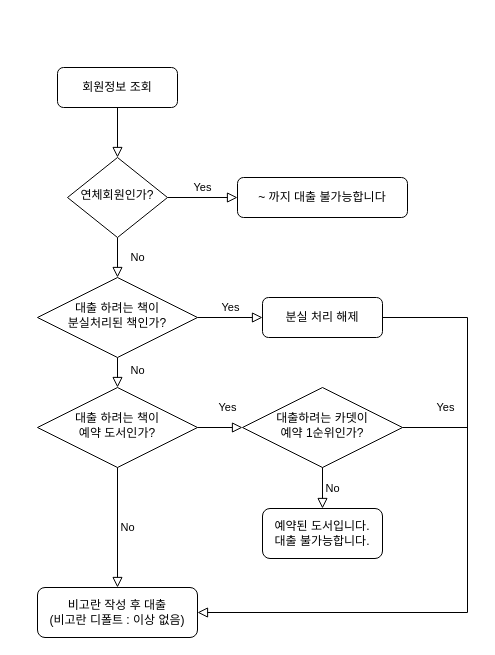
Earlier version of the draw.io diagram borrow_flowchart.drawio (Jiwon-Woo/JavaSeminar). Source tidied: cells renumbered, new cells numbered last; positions are measured from the earlier drawing's top-left corner, leaving out a move shared by most shapes. Both pictures are drawn from the tidied source at 100%, with x=0, y=0 at pixel (37, 67).
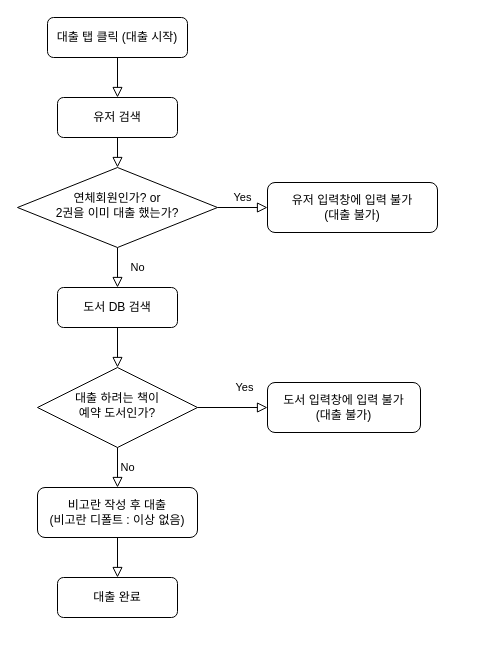
The same page after the edit.

The edit, as a diff of the source:
```diff
@@
-    <mxCell id="2" style="rounded=0;html=1;jettySize=auto;fontSize=11;endArrow=block;endFill=0;endSize=8;strokeWidth=1;shadow=0;labelBackgroundColor=none;edgeStyle=orthogonalEdgeStyle;" parent="1" edge="1" source="3" target="6">
+    <mxCell id="2" style="rounded=0;html=1;jettySize=auto;fontSize=11;endArrow=block;endFill=0;endSize=8;strokeWidth=1;shadow=0;labelBackgroundColor=none;edgeStyle=orthogonalEdgeStyle;entryX=0.5;entryY=0;entryDx=0;entryDy=0;" parent="1" edge="1" source="3" target="21">
       <mxGeometry relative="1" as="geometry" />
     </mxCell>
-    <mxCell id="3" value="회원정보 조회" style="rounded=1;whiteSpace=wrap;html=1;fontSize=12;glass=0;strokeWidth=1;shadow=0;" parent="1" vertex="1">
-      <mxGeometry x="20" width="120" height="40" as="geometry" />
+    <mxCell id="3" value="대출 탭 클릭 (대출 시작)" style="rounded=1;whiteSpace=wrap;html=1;fontSize=12;glass=0;strokeWidth=1;shadow=0;" parent="1" vertex="1">
+      <mxGeometry x="10" y="-50" width="140" height="40" as="geometry" />
     </mxCell>
-    <mxCell id="4" value="No" style="rounded=0;html=1;jettySize=auto;fontSize=11;endArrow=block;endFill=0;endSize=8;strokeWidth=1;shadow=0;labelBackgroundColor=none;edgeStyle=orthogonalEdgeStyle;" parent="1" edge="1" source="6" target="10">
+    <mxCell id="4" value="No" style="rounded=0;html=1;jettySize=auto;fontSize=11;endArrow=block;endFill=0;endSize=8;strokeWidth=1;shadow=0;labelBackgroundColor=none;edgeStyle=orthogonalEdgeStyle;entryX=0.5;entryY=0;entryDx=0;entryDy=0;" parent="1" edge="1" source="6" target="25">
       <mxGeometry y="20" relative="1" as="geometry" />
     </mxCell>
@@
-    <mxCell id="6" value="연체회원인가?" style="rhombus;whiteSpace=wrap;html=1;shadow=0;fontFamily=Helvetica;fontSize=12;align=center;strokeWidth=1;spacing=6;spacingTop=-4;" parent="1" vertex="1">
-      <mxGeometry x="30" y="90" width="100" height="80" as="geometry" />
+    <mxCell id="6" value="연체회원인가? or&lt;br&gt;2권을 이미 대출 했는가?" style="rhombus;whiteSpace=wrap;html=1;shadow=0;fontFamily=Helvetica;fontSize=12;align=center;strokeWidth=1;spacing=6;spacingTop=-4;" parent="1" vertex="1">
+      <mxGeometry x="-20" y="100" width="200" height="80" as="geometry" />
     </mxCell>
-    <mxCell id="7" value="~ 까지 대출 불가능합니다" style="rounded=1;whiteSpace=wrap;html=1;fontSize=12;glass=0;strokeWidth=1;shadow=0;" parent="1" vertex="1">
-      <mxGeometry x="200" y="110" width="170" height="40" as="geometry" />
+    <mxCell id="7" value="유저 입력창에 입력 불가&lt;br&gt;(대출 불가)" style="rounded=1;whiteSpace=wrap;html=1;fontSize=12;glass=0;strokeWidth=1;shadow=0;" parent="1" vertex="1">
+      <mxGeometry x="230" y="115" width="170" height="50" as="geometry" />
     </mxCell>
-    <mxCell id="8" value="No" style="rounded=0;html=1;jettySize=auto;fontSize=11;endArrow=block;endFill=0;endSize=8;strokeWidth=1;shadow=0;labelBackgroundColor=none;edgeStyle=orthogonalEdgeStyle;entryX=0.5;entryY=0;entryDx=0;entryDy=0;entryPerimeter=0;" parent="1" edge="1" source="10" target="13">
+    <mxCell id="8" style="rounded=0;html=1;jettySize=auto;fontSize=11;endArrow=block;endFill=0;endSize=8;strokeWidth=1;shadow=0;labelBackgroundColor=none;edgeStyle=orthogonalEdgeStyle;entryX=0.5;entryY=0;entryDx=0;entryDy=0;entryPerimeter=0;exitX=0.5;exitY=1;exitDx=0;exitDy=0;" parent="1" edge="1" source="25" target="13">
       <mxGeometry x="0.33" y="20" relative="1" as="geometry" />
     </mxCell>
-    <mxCell id="9" value="Yes" style="edgeStyle=orthogonalEdgeStyle;rounded=0;html=1;jettySize=auto;fontSize=11;endArrow=block;endFill=0;endSize=8;strokeWidth=1;shadow=0;labelBackgroundColor=none;entryX=0;entryY=0.5;entryDx=0;entryDy=0;" parent="1" edge="1" source="10" target="12">
-      <mxGeometry y="10" relative="1" as="geometry" />
-    </mxCell>
-    <mxCell id="10" value="대출 하려는 책이&lt;br&gt;분실처리된 책인가?" style="rhombus;whiteSpace=wrap;html=1;shadow=0;fontFamily=Helvetica;fontSize=12;align=center;strokeWidth=1;spacing=6;spacingTop=-4;" parent="1" vertex="1">
-      <mxGeometry y="210" width="160" height="80" as="geometry" />
-    </mxCell>
-    <mxCell id="11" value="예약된 도서입니다.&lt;br&gt;대출 불가능합니다." style="rounded=1;whiteSpace=wrap;html=1;fontSize=12;glass=0;strokeWidth=1;shadow=0;" parent="1" vertex="1">
-      <mxGeometry x="225" y="441" width="120" height="50" as="geometry" />
+    <mxCell id="11" value="도서 입력창에 입력 불가&lt;br&gt;(대출 불가)" style="rounded=1;whiteSpace=wrap;html=1;fontSize=12;glass=0;strokeWidth=1;shadow=0;" parent="1" vertex="1">
+      <mxGeometry x="230" y="315" width="153" height="50" as="geometry" />
     </mxCell>
-    <mxCell id="12" value="분실 처리 해제" style="rounded=1;whiteSpace=wrap;html=1;fontSize=12;glass=0;strokeWidth=1;shadow=0;" parent="1" vertex="1">
-      <mxGeometry x="225" y="230" width="120" height="40" as="geometry" />
-    </mxCell>
     <mxCell id="13" value="대출 하려는 책이&lt;br&gt;예약 도서인가?" style="rhombus;whiteSpace=wrap;html=1;shadow=0;fontFamily=Helvetica;fontSize=12;align=center;strokeWidth=1;spacing=6;spacingTop=-4;" parent="1" vertex="1">
-      <mxGeometry y="320" width="160" height="80" as="geometry" />
+      <mxGeometry y="300" width="160" height="80" as="geometry" />
     </mxCell>
-    <mxCell id="14" value="Yes" style="rounded=0;html=1;jettySize=auto;fontSize=11;endArrow=block;endFill=0;endSize=8;strokeWidth=1;shadow=0;labelBackgroundColor=none;edgeStyle=orthogonalEdgeStyle;entryX=0;entryY=0.5;entryDx=0;entryDy=0;exitX=1;exitY=0.5;exitDx=0;exitDy=0;" parent="1" edge="1" source="13" target="18">
+    <mxCell id="14" value="Yes" style="rounded=0;html=1;jettySize=auto;fontSize=11;endArrow=block;endFill=0;endSize=8;strokeWidth=1;shadow=0;labelBackgroundColor=none;edgeStyle=orthogonalEdgeStyle;entryX=0;entryY=0.5;entryDx=0;entryDy=0;exitX=1;exitY=0.5;exitDx=0;exitDy=0;" parent="1" edge="1" source="13" target="11">
       <mxGeometry x="0.33" y="20" relative="1" as="geometry" />
     </mxCell>
@@
     <mxCell id="16" value="비고란 작성 후 대출&lt;br&gt;(비고란 디폴트 : 이상 없음)" style="rounded=1;whiteSpace=wrap;html=1;fontSize=12;glass=0;strokeWidth=1;shadow=0;" parent="1" vertex="1">
-      <mxGeometry y="520" width="160" height="50" as="geometry" />
+      <mxGeometry y="420" width="160" height="50" as="geometry" />
     </mxCell>
-    <mxCell id="17" style="rounded=0;html=1;jettySize=auto;fontSize=11;endArrow=block;endFill=0;endSize=8;strokeWidth=1;shadow=0;labelBackgroundColor=none;edgeStyle=orthogonalEdgeStyle;exitX=1;exitY=0.5;exitDx=0;exitDy=0;entryX=1;entryY=0.5;entryDx=0;entryDy=0;" parent="1" edge="1" source="12" target="16">
-      <mxGeometry y="20" relative="1" as="geometry">
-        <Array as="points">
-          <mxPoint x="430" y="250" />
-          <mxPoint x="430" y="545" />
-        </Array>
-      </mxGeometry>
-    </mxCell>
-    <mxCell id="18" value="대출하려는 카뎃이&lt;br&gt;예약 1순위인가?" style="rhombus;whiteSpace=wrap;html=1;shadow=0;fontFamily=Helvetica;fontSize=12;align=center;strokeWidth=1;spacing=6;spacingTop=-4;" parent="1" vertex="1">
-      <mxGeometry x="205" y="320" width="160" height="80" as="geometry" />
-    </mxCell>
-    <mxCell id="19" value="No" style="edgeStyle=orthogonalEdgeStyle;rounded=0;html=1;jettySize=auto;fontSize=11;endArrow=block;endFill=0;endSize=8;strokeWidth=1;shadow=0;labelBackgroundColor=none;exitX=0.5;exitY=1;exitDx=0;exitDy=0;" parent="1" edge="1" source="18" target="11">
-      <mxGeometry y="10" relative="1" as="geometry" />
-    </mxCell>
-    <mxCell id="20" value="Yes" style="rounded=0;html=1;jettySize=auto;fontSize=11;endArrow=none;endFill=0;endSize=8;strokeWidth=1;shadow=0;labelBackgroundColor=none;edgeStyle=orthogonalEdgeStyle;exitX=1;exitY=0.5;exitDx=0;exitDy=0;" parent="1" edge="1" source="18">
-      <mxGeometry x="0.33" y="20" relative="1" as="geometry">
-        <mxPoint x="430" y="360" as="targetPoint" />
-      </mxGeometry>
-    </mxCell>
+    <mxCell id="21" value="유저 검색" style="rounded=1;whiteSpace=wrap;html=1;fontSize=12;glass=0;strokeWidth=1;shadow=0;" parent="1" vertex="1">
+      <mxGeometry x="20" y="30" width="120" height="40" as="geometry" />
+    </mxCell>
+    <mxCell id="22" style="rounded=0;html=1;jettySize=auto;fontSize=11;endArrow=block;endFill=0;endSize=8;strokeWidth=1;shadow=0;labelBackgroundColor=none;edgeStyle=orthogonalEdgeStyle;entryX=0.5;entryY=0;entryDx=0;entryDy=0;exitX=0.5;exitY=1;exitDx=0;exitDy=0;" parent="1" edge="1" source="21" target="6">
+      <mxGeometry relative="1" as="geometry" />
+    </mxCell>
+    <mxCell id="23" value="대출 완료" style="rounded=1;whiteSpace=wrap;html=1;" parent="1" vertex="1">
+      <mxGeometry x="20" y="510" width="120" height="40" as="geometry" />
+    </mxCell>
+    <mxCell id="24" style="edgeStyle=orthogonalEdgeStyle;rounded=0;html=1;jettySize=auto;fontSize=11;endArrow=block;endFill=0;endSize=8;strokeWidth=1;shadow=0;labelBackgroundColor=none;exitX=0.5;exitY=1;exitDx=0;exitDy=0;entryX=0.5;entryY=0;entryDx=0;entryDy=0;" parent="1" edge="1" source="16" target="23">
+      <mxGeometry y="10" relative="1" as="geometry" />
+    </mxCell>
+    <mxCell id="25" value="도서 DB 검색" style="rounded=1;whiteSpace=wrap;html=1;fontSize=12;glass=0;strokeWidth=1;shadow=0;" parent="1" vertex="1">
+      <mxGeometry x="20" y="220" width="120" height="40" as="geometry" />
+    </mxCell>
```
